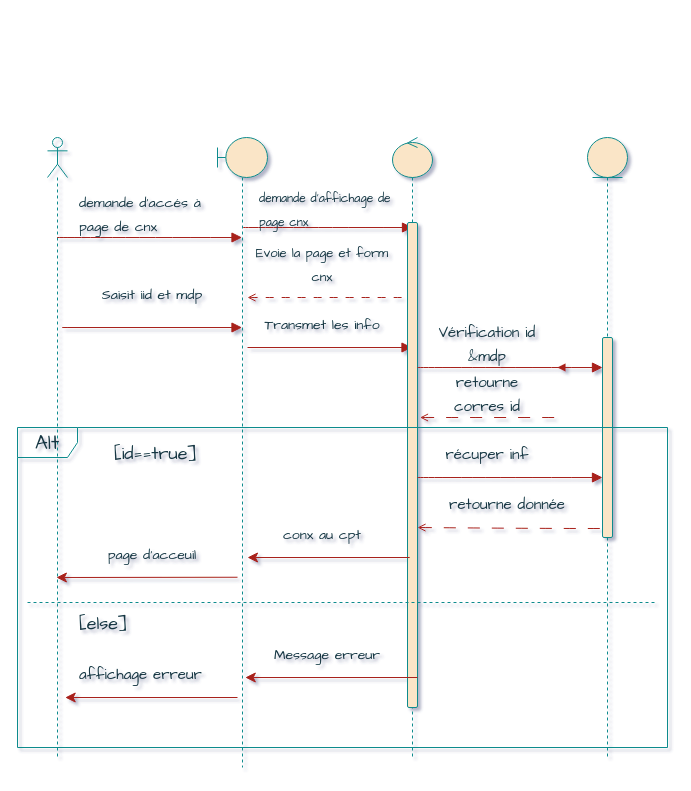
This is Untitled Diagram.drawio from hananemazyan/DIAGRAMS, a draw.io file, before an edit. Source tidied: cells renumbered, new cells numbered last; positions are measured from the earlier drawing's top-left corner, leaving out a move shared by most shapes. Both pictures are drawn from the tidied source at 100%, with x=0, y=0 at pixel (17, 137).
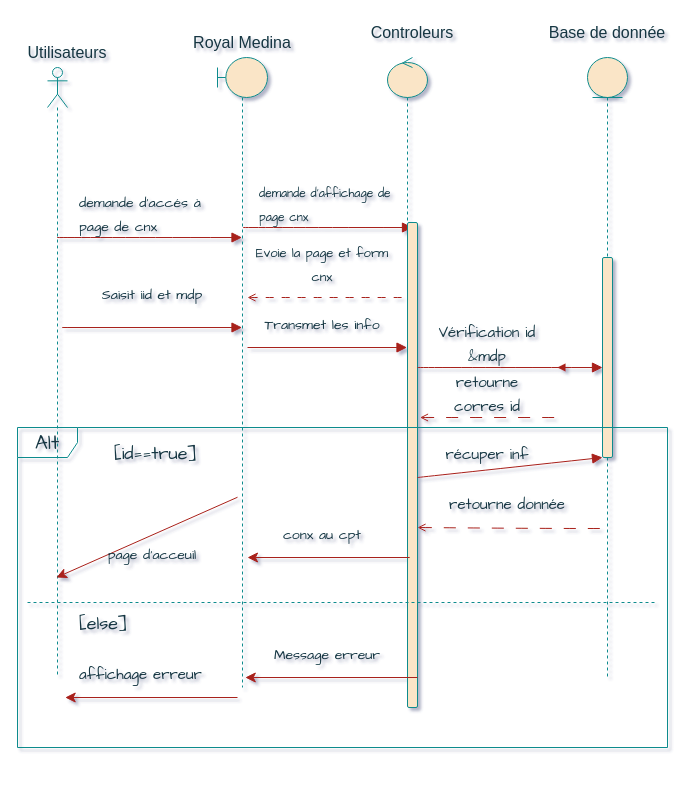
The same diagram, later.

What changed in the source:
```diff
@@
     <mxCell id="2" style="shape=umlLifeline;perimeter=lifelinePerimeter;whiteSpace=wrap;html=1;newEdgeStyle={&quot;curved&quot;:0,&quot;rounded&quot;:0};participant=umlActor;hachureGap=4;fontFamily=Architects Daughter;fontSize=20;fillStyle=auto;fillColor=none;strokeColor=#0F8B8D;gradientDirection=west;strokeWidth=1;shadow=0;glass=0;rounded=1;labelBackgroundColor=none;fontColor=#143642;" parent="1" vertex="1">
-      <mxGeometry x="30" width="20" height="620" as="geometry" />
+      <mxGeometry x="30" y="-70" width="20" height="610" as="geometry" />
     </mxCell>
     <mxCell id="3" style="shape=umlLifeline;perimeter=lifelinePerimeter;whiteSpace=wrap;html=1;outlineConnect=0;portConstraint=eastwest;newEdgeStyle={&quot;curved&quot;:0,&quot;rounded&quot;:0};participant=umlBoundary;hachureGap=4;fontFamily=Architects Daughter;fontSize=20;size=40;labelBackgroundColor=none;fillColor=#FAE5C7;strokeColor=#0F8B8D;fontColor=#143642;rounded=1;" parent="1" vertex="1">
-      <mxGeometry x="200" width="50" height="630" as="geometry" />
+      <mxGeometry x="200" y="-80" width="50" height="630" as="geometry" />
     </mxCell>
     <mxCell id="4" style="shape=umlLifeline;perimeter=lifelinePerimeter;whiteSpace=wrap;html=1;outlineConnect=0;portConstraint=eastwest;newEdgeStyle={&quot;curved&quot;:0,&quot;rounded&quot;:0};participant=umlControl;hachureGap=4;fontFamily=Architects Daughter;fontSize=20;labelBackgroundColor=none;fillColor=#FAE5C7;strokeColor=#0F8B8D;fontColor=#143642;rounded=1;" parent="1" vertex="1">
-      <mxGeometry x="375" width="40" height="620" as="geometry" />
+      <mxGeometry x="370" y="-80" width="40" height="620" as="geometry" />
     </mxCell>
     <mxCell id="5" style="shape=umlLifeline;perimeter=lifelinePerimeter;whiteSpace=wrap;html=1;newEdgeStyle={&quot;curved&quot;:0,&quot;rounded&quot;:0};participant=umlEntity;hachureGap=4;fontFamily=Architects Daughter;fontSize=20;labelBackgroundColor=none;fillColor=#FAE5C7;strokeColor=#0F8B8D;fontColor=#143642;rounded=1;" parent="1" vertex="1">
-      <mxGeometry x="570" width="40" height="620" as="geometry" />
+      <mxGeometry x="570" y="-80" width="40" height="620" as="geometry" />
     </mxCell>
@@
     <mxCell id="11" value="&lt;span style=&quot;font-size: 12px;&quot;&gt;demande d'affichage de page cnx&lt;/span&gt;" style="text;html=1;strokeColor=none;fillColor=none;align=left;verticalAlign=middle;whiteSpace=wrap;rounded=1;fontSize=20;fontFamily=Architects Daughter;labelBackgroundColor=none;fontColor=#143642;" parent="1" vertex="1">
-      <mxGeometry x="240" y="55" width="140" height="30" as="geometry" />
+      <mxGeometry x="240" y="50" width="140" height="30" as="geometry" />
     </mxCell>
@@
+    <mxCell id="39" value="Base de donnée" style="text;html=1;strokeColor=none;fillColor=none;align=center;verticalAlign=middle;whiteSpace=wrap;rounded=0;fontSize=16;fontColor=#143642;" parent="1" vertex="1">
+      <mxGeometry x="530" y="-120" width="120" height="30" as="geometry" />
+    </mxCell>
+    <mxCell id="40" value="Controleurs" style="text;html=1;strokeColor=none;fillColor=none;align=center;verticalAlign=middle;whiteSpace=wrap;rounded=0;fontSize=16;fontColor=#143642;" parent="1" vertex="1">
+      <mxGeometry x="350" y="-120" width="90" height="30" as="geometry" />
+    </mxCell>
+    <mxCell id="41" value="Royal Medina" style="text;html=1;strokeColor=none;fillColor=none;align=center;verticalAlign=middle;whiteSpace=wrap;rounded=0;fontSize=16;fontColor=#143642;" parent="1" vertex="1">
+      <mxGeometry x="175" y="-110" width="100" height="30" as="geometry" />
+    </mxCell>
+    <mxCell id="42" value="Utilisateurs" style="text;html=1;strokeColor=none;fillColor=none;align=center;verticalAlign=middle;whiteSpace=wrap;rounded=0;fontSize=16;fontColor=#143642;" parent="1" vertex="1">
+      <mxGeometry x="20" y="-100" width="60" height="30" as="geometry" />
+    </mxCell>
```
